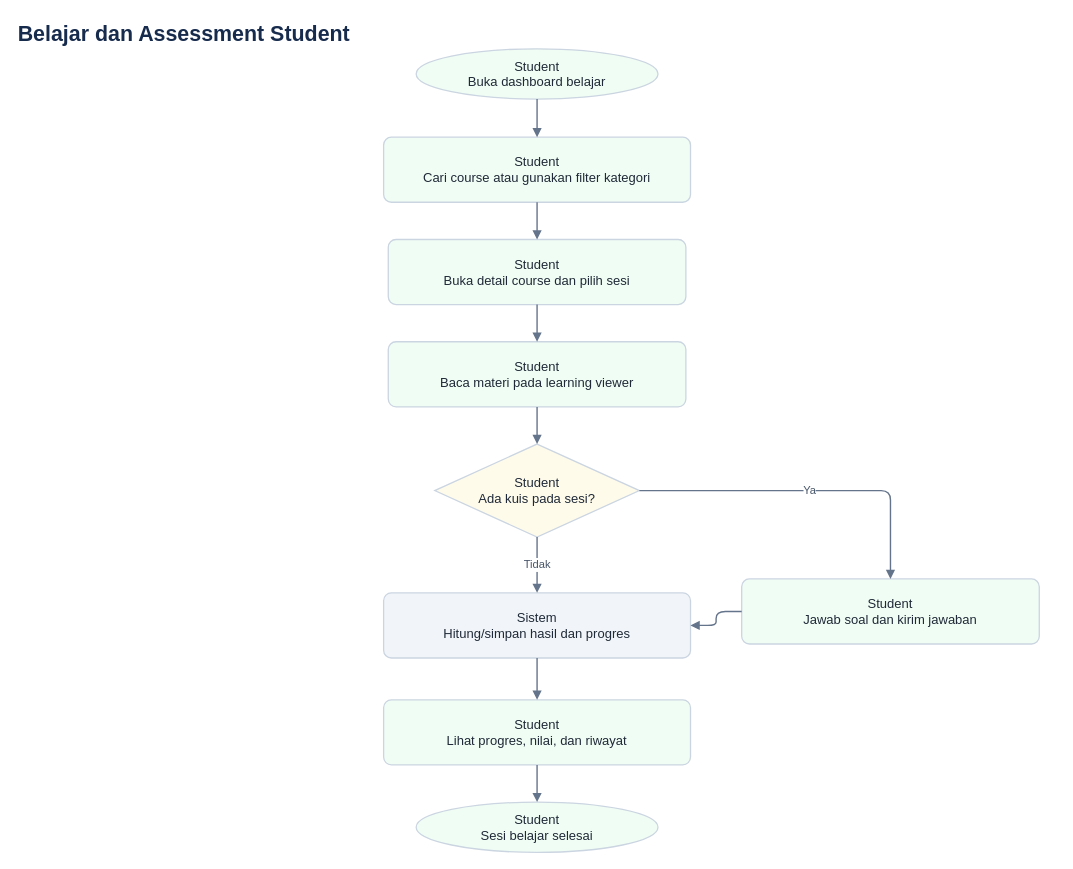
The draw.io diagram docs/diagrams/08-student-learning.drawio in ammarmfirdaus-hue/DENSO-LMS, before the edit. Source tidied: cells renumbered, new cells numbered last; positions are measured from the earlier drawing's top-left corner, leaving out a move shared by most shapes. Both pictures are drawn from the tidied source at 93%, with x=0, y=0 at pixel (16, 16).
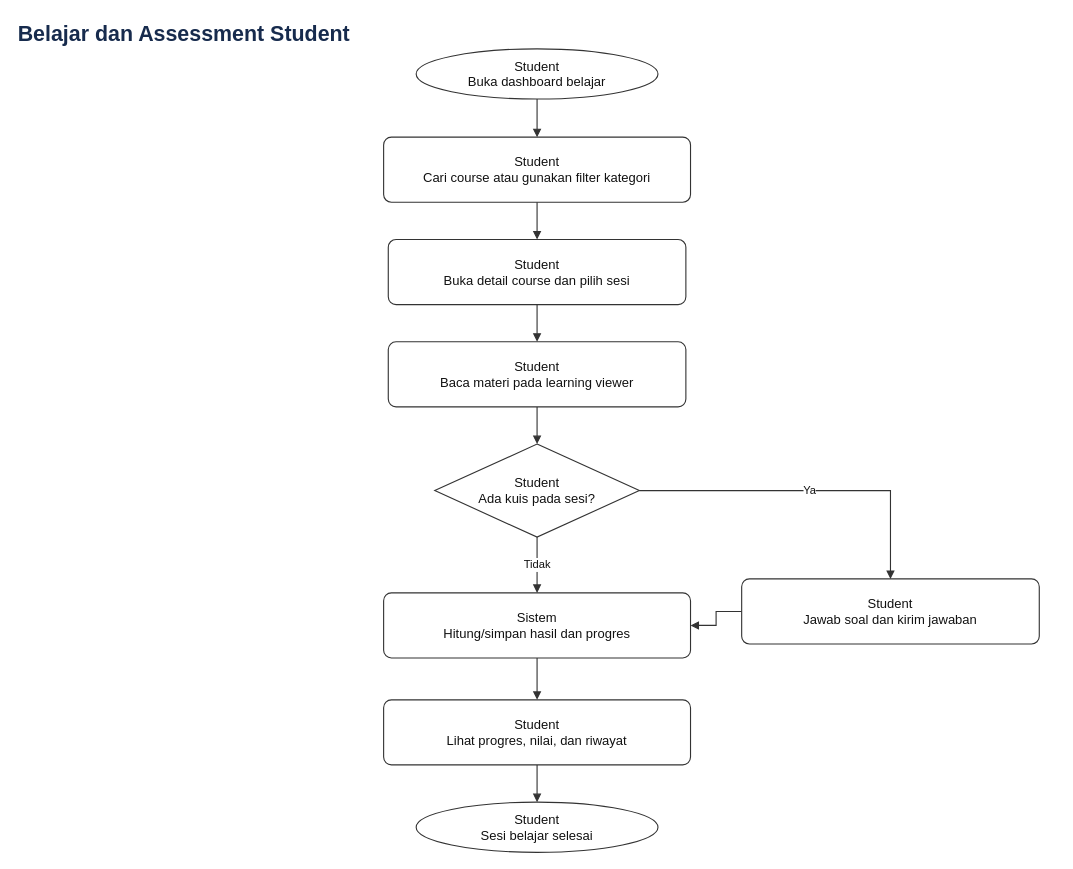
The same page after the edit.

The edit, as a diff of the source:
```diff
@@
-    <mxCell id="3" value="Student&#10;Buka dashboard belajar" style="shape=ellipse;whiteSpace=wrap;html=1;align=center;verticalAlign=middle;strokeColor=#cbd5e1;strokeWidth=1.4;fillColor=#f0fdf4;fontColor=#1f2937;fontSize=14;spacing=8;shadow=0;" parent="1" vertex="1">
+    <mxCell id="3" value="Student&#10;Buka dashboard belajar" style="shape=ellipse;whiteSpace=wrap;html=1;align=center;verticalAlign=middle;strokeColor=#333333;strokeWidth=1.2;fillColor=#ffffff;fontColor=#111111;fontSize=14;spacing=8;shadow=0;" parent="1" vertex="1">
       <mxGeometry x="430" y="35" width="260" height="54" as="geometry" />
     </mxCell>
-    <mxCell id="4" value="Student&#10;Cari course atau gunakan filter kategori" style="rounded=1;arcSize=12;whiteSpace=wrap;html=1;align=center;verticalAlign=middle;strokeColor=#cbd5e1;strokeWidth=1.4;fillColor=#f0fdf4;fontColor=#1f2937;fontSize=14;spacing=8;shadow=0;" parent="1" vertex="1">
+    <mxCell id="4" value="Student&#10;Cari course atau gunakan filter kategori" style="rounded=1;arcSize=12;whiteSpace=wrap;html=1;align=center;verticalAlign=middle;strokeColor=#333333;strokeWidth=1.2;fillColor=#ffffff;fontColor=#111111;fontSize=14;spacing=8;shadow=0;" parent="1" vertex="1">
       <mxGeometry x="395" y="130" width="330" height="70" as="geometry" />
     </mxCell>
-    <mxCell id="5" value="Student&#10;Buka detail course dan pilih sesi" style="rounded=1;arcSize=12;whiteSpace=wrap;html=1;align=center;verticalAlign=middle;strokeColor=#cbd5e1;strokeWidth=1.4;fillColor=#f0fdf4;fontColor=#1f2937;fontSize=14;spacing=8;shadow=0;" parent="1" vertex="1">
+    <mxCell id="5" value="Student&#10;Buka detail course dan pilih sesi" style="rounded=1;arcSize=12;whiteSpace=wrap;html=1;align=center;verticalAlign=middle;strokeColor=#333333;strokeWidth=1.2;fillColor=#ffffff;fontColor=#111111;fontSize=14;spacing=8;shadow=0;" parent="1" vertex="1">
       <mxGeometry x="400" y="240" width="320" height="70" as="geometry" />
     </mxCell>
-    <mxCell id="6" value="Student&#10;Baca materi pada learning viewer" style="rounded=1;arcSize=12;whiteSpace=wrap;html=1;align=center;verticalAlign=middle;strokeColor=#cbd5e1;strokeWidth=1.4;fillColor=#f0fdf4;fontColor=#1f2937;fontSize=14;spacing=8;shadow=0;" parent="1" vertex="1">
+    <mxCell id="6" value="Student&#10;Baca materi pada learning viewer" style="rounded=1;arcSize=12;whiteSpace=wrap;html=1;align=center;verticalAlign=middle;strokeColor=#333333;strokeWidth=1.2;fillColor=#ffffff;fontColor=#111111;fontSize=14;spacing=8;shadow=0;" parent="1" vertex="1">
       <mxGeometry x="400" y="350" width="320" height="70" as="geometry" />
     </mxCell>
-    <mxCell id="7" value="Student&#10;Ada kuis pada sesi?" style="shape=rhombus;whiteSpace=wrap;html=1;align=center;verticalAlign=middle;strokeColor=#cbd5e1;strokeWidth=1.4;fillColor=#fffbeb;fontColor=#1f2937;fontSize=14;spacing=8;shadow=0;" parent="1" vertex="1">
+    <mxCell id="7" value="Student&#10;Ada kuis pada sesi?" style="shape=rhombus;whiteSpace=wrap;html=1;align=center;verticalAlign=middle;strokeColor=#333333;strokeWidth=1.2;fillColor=#ffffff;fontColor=#111111;fontSize=14;spacing=8;shadow=0;" parent="1" vertex="1">
       <mxGeometry x="450" y="460" width="220" height="100" as="geometry" />
     </mxCell>
-    <mxCell id="8" value="Student&#10;Jawab soal dan kirim jawaban" style="rounded=1;arcSize=12;whiteSpace=wrap;html=1;align=center;verticalAlign=middle;strokeColor=#cbd5e1;strokeWidth=1.4;fillColor=#f0fdf4;fontColor=#1f2937;fontSize=14;spacing=8;shadow=0;" parent="1" vertex="1">
+    <mxCell id="8" value="Student&#10;Jawab soal dan kirim jawaban" style="rounded=1;arcSize=12;whiteSpace=wrap;html=1;align=center;verticalAlign=middle;strokeColor=#333333;strokeWidth=1.2;fillColor=#ffffff;fontColor=#111111;fontSize=14;spacing=8;shadow=0;" parent="1" vertex="1">
       <mxGeometry x="780" y="605" width="320" height="70" as="geometry" />
     </mxCell>
-    <mxCell id="9" value="Sistem&#10;Hitung/simpan hasil dan progres" style="rounded=1;arcSize=12;whiteSpace=wrap;html=1;align=center;verticalAlign=middle;strokeColor=#cbd5e1;strokeWidth=1.4;fillColor=#f1f5f9;fontColor=#1f2937;fontSize=14;spacing=8;shadow=0;" parent="1" vertex="1">
+    <mxCell id="9" value="Sistem&#10;Hitung/simpan hasil dan progres" style="rounded=1;arcSize=12;whiteSpace=wrap;html=1;align=center;verticalAlign=middle;strokeColor=#333333;strokeWidth=1.2;fillColor=#ffffff;fontColor=#111111;fontSize=14;spacing=8;shadow=0;" parent="1" vertex="1">
       <mxGeometry x="395" y="620" width="330" height="70" as="geometry" />
     </mxCell>
-    <mxCell id="10" value="Student&#10;Lihat progres, nilai, dan riwayat" style="rounded=1;arcSize=12;whiteSpace=wrap;html=1;align=center;verticalAlign=middle;strokeColor=#cbd5e1;strokeWidth=1.4;fillColor=#f0fdf4;fontColor=#1f2937;fontSize=14;spacing=8;shadow=0;" parent="1" vertex="1">
+    <mxCell id="10" value="Student&#10;Lihat progres, nilai, dan riwayat" style="rounded=1;arcSize=12;whiteSpace=wrap;html=1;align=center;verticalAlign=middle;strokeColor=#333333;strokeWidth=1.2;fillColor=#ffffff;fontColor=#111111;fontSize=14;spacing=8;shadow=0;" parent="1" vertex="1">
       <mxGeometry x="395" y="735" width="330" height="70" as="geometry" />
     </mxCell>
-    <mxCell id="11" value="Student&#10;Sesi belajar selesai" style="shape=ellipse;whiteSpace=wrap;html=1;align=center;verticalAlign=middle;strokeColor=#cbd5e1;strokeWidth=1.4;fillColor=#f0fdf4;fontColor=#1f2937;fontSize=14;spacing=8;shadow=0;" parent="1" vertex="1">
+    <mxCell id="11" value="Student&#10;Sesi belajar selesai" style="shape=ellipse;whiteSpace=wrap;html=1;align=center;verticalAlign=middle;strokeColor=#333333;strokeWidth=1.2;fillColor=#ffffff;fontColor=#111111;fontSize=14;spacing=8;shadow=0;" parent="1" vertex="1">
       <mxGeometry x="430" y="845" width="260" height="54" as="geometry" />
     </mxCell>
-    <mxCell id="12" style="edgeStyle=orthogonalEdgeStyle;rounded=1;jettySize=auto;html=1;strokeColor=#64748b;strokeWidth=1.5;fontColor=#475569;fontSize=12;labelBackgroundColor=#ffffff;endArrow=block;endFill=1;" parent="1" edge="1" source="3" target="4">
+    <mxCell id="12" style="edgeStyle=orthogonalEdgeStyle;rounded=0;jettySize=auto;html=1;strokeColor=#333333;strokeWidth=1.2;fontColor=#111111;fontSize=12;labelBackgroundColor=#ffffff;endArrow=block;endFill=1;" parent="1" edge="1" source="3" target="4">
       <mxGeometry relative="1" as="geometry" />
     </mxCell>
-    <mxCell id="13" style="edgeStyle=orthogonalEdgeStyle;rounded=1;jettySize=auto;html=1;strokeColor=#64748b;strokeWidth=1.5;fontColor=#475569;fontSize=12;labelBackgroundColor=#ffffff;endArrow=block;endFill=1;" parent="1" edge="1" source="4" target="5">
+    <mxCell id="13" style="edgeStyle=orthogonalEdgeStyle;rounded=0;jettySize=auto;html=1;strokeColor=#333333;strokeWidth=1.2;fontColor=#111111;fontSize=12;labelBackgroundColor=#ffffff;endArrow=block;endFill=1;" parent="1" edge="1" source="4" target="5">
       <mxGeometry relative="1" as="geometry" />
     </mxCell>
-    <mxCell id="14" style="edgeStyle=orthogonalEdgeStyle;rounded=1;jettySize=auto;html=1;strokeColor=#64748b;strokeWidth=1.5;fontColor=#475569;fontSize=12;labelBackgroundColor=#ffffff;endArrow=block;endFill=1;" parent="1" edge="1" source="5" target="6">
+    <mxCell id="14" style="edgeStyle=orthogonalEdgeStyle;rounded=0;jettySize=auto;html=1;strokeColor=#333333;strokeWidth=1.2;fontColor=#111111;fontSize=12;labelBackgroundColor=#ffffff;endArrow=block;endFill=1;" parent="1" edge="1" source="5" target="6">
       <mxGeometry relative="1" as="geometry" />
     </mxCell>
-    <mxCell id="15" style="edgeStyle=orthogonalEdgeStyle;rounded=1;jettySize=auto;html=1;strokeColor=#64748b;strokeWidth=1.5;fontColor=#475569;fontSize=12;labelBackgroundColor=#ffffff;endArrow=block;endFill=1;" parent="1" edge="1" source="6" target="7">
+    <mxCell id="15" style="edgeStyle=orthogonalEdgeStyle;rounded=0;jettySize=auto;html=1;strokeColor=#333333;strokeWidth=1.2;fontColor=#111111;fontSize=12;labelBackgroundColor=#ffffff;endArrow=block;endFill=1;" parent="1" edge="1" source="6" target="7">
       <mxGeometry relative="1" as="geometry" />
     </mxCell>
-    <mxCell id="16" value="Ya" style="edgeStyle=orthogonalEdgeStyle;rounded=1;jettySize=auto;html=1;strokeColor=#64748b;strokeWidth=1.5;fontColor=#475569;fontSize=12;labelBackgroundColor=#ffffff;endArrow=block;endFill=1;" parent="1" edge="1" source="7" target="8">
+    <mxCell id="16" value="Ya" style="edgeStyle=orthogonalEdgeStyle;rounded=0;jettySize=auto;html=1;strokeColor=#333333;strokeWidth=1.2;fontColor=#111111;fontSize=12;labelBackgroundColor=#ffffff;endArrow=block;endFill=1;" parent="1" edge="1" source="7" target="8">
       <mxGeometry relative="1" as="geometry" />
     </mxCell>
-    <mxCell id="17" value="Tidak" style="edgeStyle=orthogonalEdgeStyle;rounded=1;jettySize=auto;html=1;strokeColor=#64748b;strokeWidth=1.5;fontColor=#475569;fontSize=12;labelBackgroundColor=#ffffff;endArrow=block;endFill=1;" parent="1" edge="1" source="7" target="9">
+    <mxCell id="17" value="Tidak" style="edgeStyle=orthogonalEdgeStyle;rounded=0;jettySize=auto;html=1;strokeColor=#333333;strokeWidth=1.2;fontColor=#111111;fontSize=12;labelBackgroundColor=#ffffff;endArrow=block;endFill=1;" parent="1" edge="1" source="7" target="9">
       <mxGeometry relative="1" as="geometry" />
     </mxCell>
-    <mxCell id="18" style="edgeStyle=orthogonalEdgeStyle;rounded=1;jettySize=auto;html=1;strokeColor=#64748b;strokeWidth=1.5;fontColor=#475569;fontSize=12;labelBackgroundColor=#ffffff;endArrow=block;endFill=1;" parent="1" edge="1" source="8" target="9">
+    <mxCell id="18" style="edgeStyle=orthogonalEdgeStyle;rounded=0;jettySize=auto;html=1;strokeColor=#333333;strokeWidth=1.2;fontColor=#111111;fontSize=12;labelBackgroundColor=#ffffff;endArrow=block;endFill=1;" parent="1" edge="1" source="8" target="9">
       <mxGeometry relative="1" as="geometry" />
     </mxCell>
-    <mxCell id="19" style="edgeStyle=orthogonalEdgeStyle;rounded=1;jettySize=auto;html=1;strokeColor=#64748b;strokeWidth=1.5;fontColor=#475569;fontSize=12;labelBackgroundColor=#ffffff;endArrow=block;endFill=1;" parent="1" edge="1" source="9" target="10">
+    <mxCell id="19" style="edgeStyle=orthogonalEdgeStyle;rounded=0;jettySize=auto;html=1;strokeColor=#333333;strokeWidth=1.2;fontColor=#111111;fontSize=12;labelBackgroundColor=#ffffff;endArrow=block;endFill=1;" parent="1" edge="1" source="9" target="10">
       <mxGeometry relative="1" as="geometry" />
     </mxCell>
-    <mxCell id="20" style="edgeStyle=orthogonalEdgeStyle;rounded=1;jettySize=auto;html=1;strokeColor=#64748b;strokeWidth=1.5;fontColor=#475569;fontSize=12;labelBackgroundColor=#ffffff;endArrow=block;endFill=1;" parent="1" edge="1" source="10" target="11">
+    <mxCell id="20" style="edgeStyle=orthogonalEdgeStyle;rounded=0;jettySize=auto;html=1;strokeColor=#333333;strokeWidth=1.2;fontColor=#111111;fontSize=12;labelBackgroundColor=#ffffff;endArrow=block;endFill=1;" parent="1" edge="1" source="10" target="11">
       <mxGeometry relative="1" as="geometry" />
     </mxCell>
```
